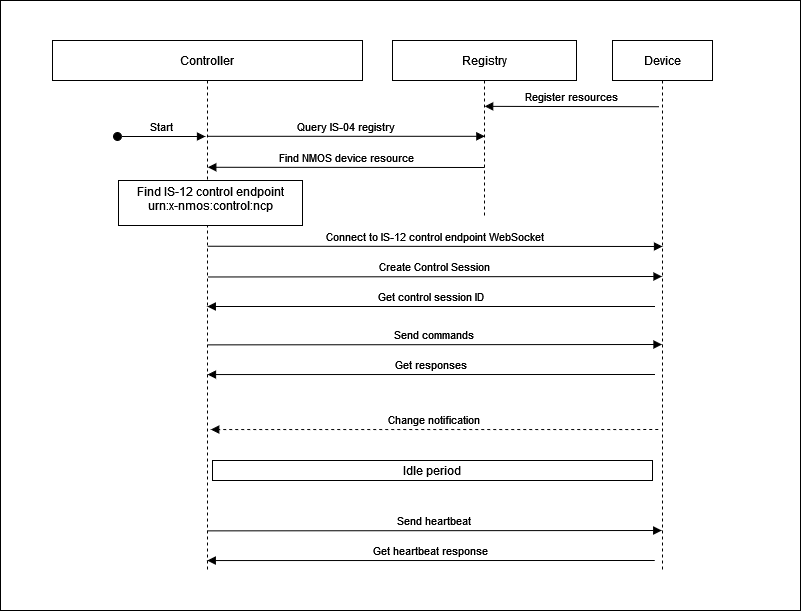
Earlier version of the draw.io export docs/images/basic-controller-sequence.png (AMWA-TV/info-006). Source tidied: cells renumbered, new cells last; positions are measured from the earlier drawing's top-left corner, leaving out a move shared by most shapes.
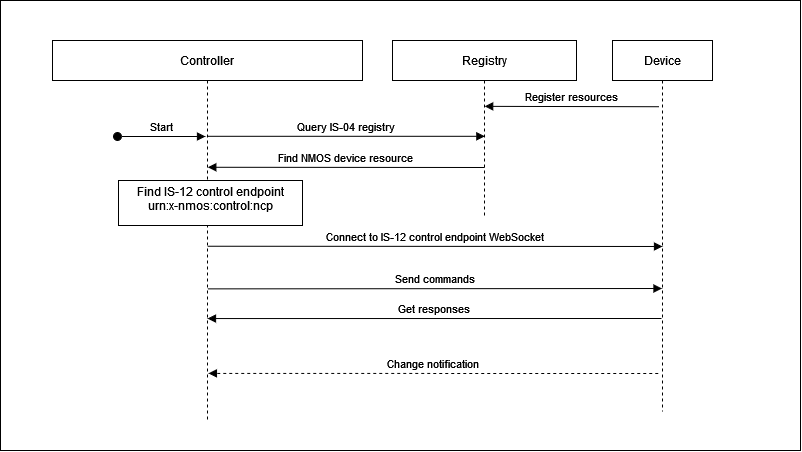
After the commit.

Commit message:
Remove mentions of control sessions and heartbeats (#8)

What changed in the source:
```diff
@@ -3,14 +3,8 @@
     <mxCell id="0" />
     <mxCell id="1" parent="0" />
     <mxCell id="2" style="rounded=0;whiteSpace=wrap;html=1;" parent="1" vertex="1">
-      <mxGeometry width="800" height="610" as="geometry" />
+      <mxGeometry width="800" height="450" as="geometry" />
     </mxCell>
-    <mxCell id="3" value="Create Control Session" style="verticalAlign=bottom;endArrow=block;shadow=0;strokeWidth=1;endFill=1;exitX=0.5;exitY=0.416;exitDx=0;exitDy=0;exitPerimeter=0;" parent="1" edge="1">
-      <mxGeometry relative="1" as="geometry">
-        <mxPoint x="207" y="276.5" as="sourcePoint" />
-        <mxPoint x="661.5" y="276" as="targetPoint" />
-      </mxGeometry>
-    </mxCell>
     <mxCell id="4" value="Connect to IS-12 control endpoint WebSocket" style="verticalAlign=bottom;endArrow=block;shadow=0;strokeWidth=1;endFill=1;entryX=0.5;entryY=0.423;entryDx=0;entryDy=0;entryPerimeter=0;exitX=0.5;exitY=0.358;exitDx=0;exitDy=0;exitPerimeter=0;" parent="1" edge="1">
       <mxGeometry relative="1" as="geometry">
         <mxPoint x="207" y="245.7" as="sourcePoint" />
@@ -18,7 +12,7 @@
       </mxGeometry>
     </mxCell>
     <mxCell id="5" value="Controller" style="shape=umlLifeline;perimeter=lifelinePerimeter;rounded=0;shadow=0;strokeWidth=1;" parent="1" vertex="1">
-      <mxGeometry x="52" y="40" width="310" height="530" as="geometry" />
+      <mxGeometry x="52" y="40" width="310" height="380" as="geometry" />
     </mxCell>
     <mxCell id="6" value="Start" style="verticalAlign=bottom;startArrow=oval;endArrow=block;startSize=8;shadow=0;strokeWidth=1;" parent="5" edge="1">
       <mxGeometry relative="1" as="geometry">
@@ -39,24 +33,18 @@
       </mxGeometry>
     </mxCell>
     <mxCell id="10" value="Device" style="shape=umlLifeline;perimeter=lifelinePerimeter;rounded=0;shadow=0;strokeWidth=1;" parent="1" vertex="1">
-      <mxGeometry x="612" y="40" width="100" height="530" as="geometry" />
+      <mxGeometry x="612" y="40" width="100" height="371" as="geometry" />
     </mxCell>
-    <mxCell id="11" value="Get control session ID" style="verticalAlign=bottom;endArrow=block;shadow=0;strokeWidth=1;" parent="1" edge="1">
-      <mxGeometry relative="1" as="geometry">
-        <mxPoint x="654.5" y="306" as="sourcePoint" />
-        <mxPoint x="206.8" y="306" as="targetPoint" />
-      </mxGeometry>
-    </mxCell>
     <mxCell id="12" value="Send commands" style="verticalAlign=bottom;endArrow=block;shadow=0;strokeWidth=1;endFill=1;exitX=0.5;exitY=0.529;exitDx=0;exitDy=0;exitPerimeter=0;" parent="1" edge="1">
       <mxGeometry relative="1" as="geometry">
-        <mxPoint x="207" y="344.4" as="sourcePoint" />
-        <mxPoint x="661.5" y="344" as="targetPoint" />
+        <mxPoint x="207" y="288.4" as="sourcePoint" />
+        <mxPoint x="661.5" y="288" as="targetPoint" />
       </mxGeometry>
     </mxCell>
     <mxCell id="13" value="Get responses" style="verticalAlign=bottom;endArrow=block;shadow=0;strokeWidth=1;entryX=0.5;entryY=0.585;entryDx=0;entryDy=0;entryPerimeter=0;" parent="1" edge="1">
       <mxGeometry relative="1" as="geometry">
-        <mxPoint x="654.5" y="374" as="sourcePoint" />
-        <mxPoint x="207" y="374" as="targetPoint" />
+        <mxPoint x="661" y="318" as="sourcePoint" />
+        <mxPoint x="207" y="318" as="targetPoint" />
       </mxGeometry>
     </mxCell>
     <mxCell id="14" value="Find NMOS device resource" style="verticalAlign=bottom;endArrow=block;shadow=0;strokeWidth=1;entryX=0.501;entryY=0.209;entryDx=0;entryDy=0;entryPerimeter=0;" parent="1" edge="1">
@@ -71,25 +59,9 @@
         <mxPoint x="484.4" y="135.8" as="targetPoint" />
       </mxGeometry>
     </mxCell>
-    <mxCell id="16" value="Idle period" style="perimeter=orthogonalPerimeter;rounded=0;shadow=0;strokeWidth=1;verticalAlign=middle;horizontal=1;spacingTop=0;" parent="1" vertex="1">
-      <mxGeometry x="212" y="460" width="440" height="20" as="geometry" />
-    </mxCell>
-    <mxCell id="17" value="Send heartbeat" style="verticalAlign=bottom;endArrow=block;shadow=0;strokeWidth=1;endFill=1;exitX=0.5;exitY=0.529;exitDx=0;exitDy=0;exitPerimeter=0;" parent="1" edge="1">
-      <mxGeometry relative="1" as="geometry">
-        <mxPoint x="206.8" y="530.4" as="sourcePoint" />
-        <mxPoint x="661.2" y="530" as="targetPoint" />
-      </mxGeometry>
-    </mxCell>
-    <mxCell id="18" value="Get heartbeat response" style="verticalAlign=bottom;endArrow=block;shadow=0;strokeWidth=1;entryX=0.5;entryY=0.585;entryDx=0;entryDy=0;entryPerimeter=0;" parent="1" edge="1">
-      <mxGeometry relative="1" as="geometry">
-        <mxPoint x="654.2" y="560" as="sourcePoint" />
-        <mxPoint x="206.8" y="560.1" as="targetPoint" />
-      </mxGeometry>
-    </mxCell>
-    <mxCell id="19" value="Change notification" style="verticalAlign=bottom;endArrow=block;shadow=0;strokeWidth=1;entryX=0.5;entryY=0.585;entryDx=0;entryDy=0;entryPerimeter=0;dashed=1;" parent="1" edge="1">
+    <mxCell id="19" value="Change notification" style="verticalAlign=bottom;endArrow=block;shadow=0;strokeWidth=1;entryX=0.503;entryY=0.876;entryDx=0;entryDy=0;entryPerimeter=0;dashed=1;" parent="1" edge="1" target="5">
       <mxGeometry relative="1" as="geometry">
-        <mxPoint x="657.8" y="429" as="sourcePoint" />
-        <mxPoint x="210.2" y="429.1" as="targetPoint" />
+        <mxPoint x="657.8" y="373" as="sourcePoint" />
       </mxGeometry>
     </mxCell>
   </root>
```
